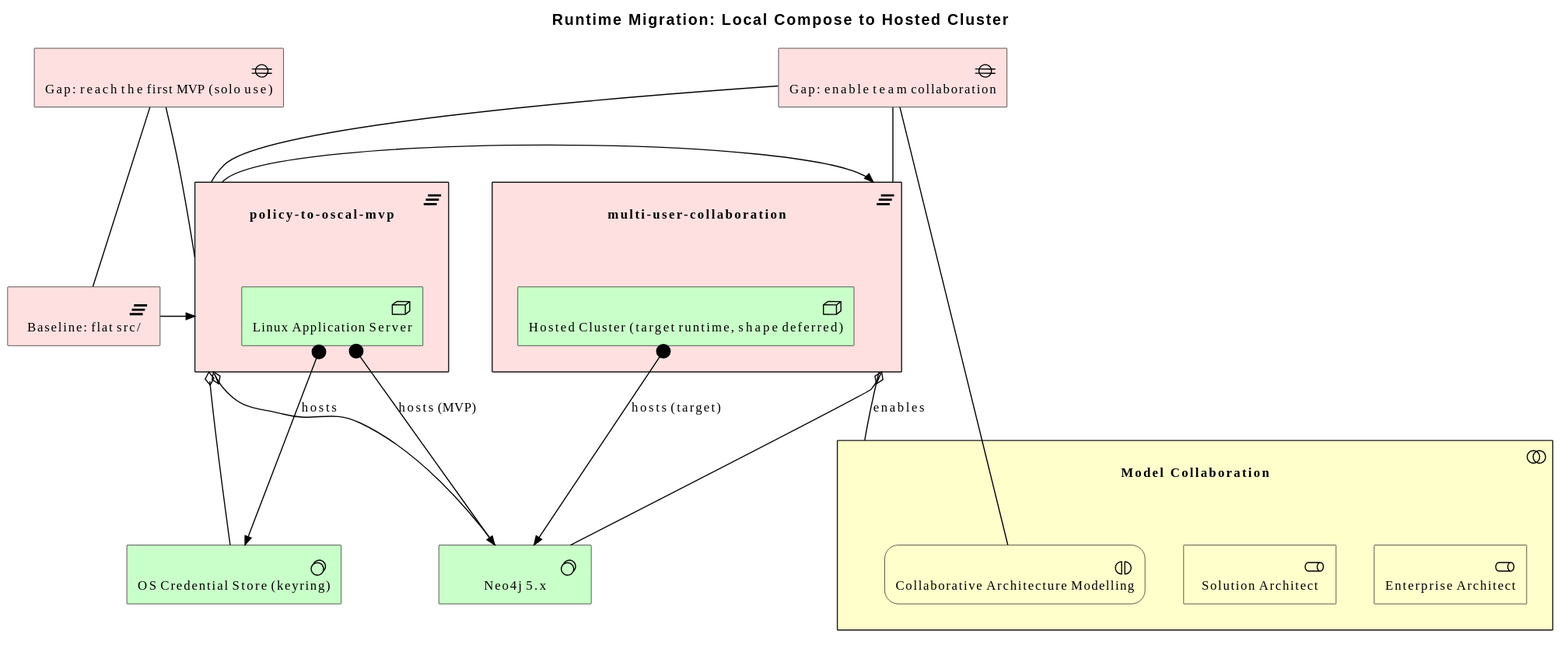
This is architecture/model/diagrams/migration/runtime.svg from wolffy-au/frictionless-architect, a PlantUML export, as it was before one commit.
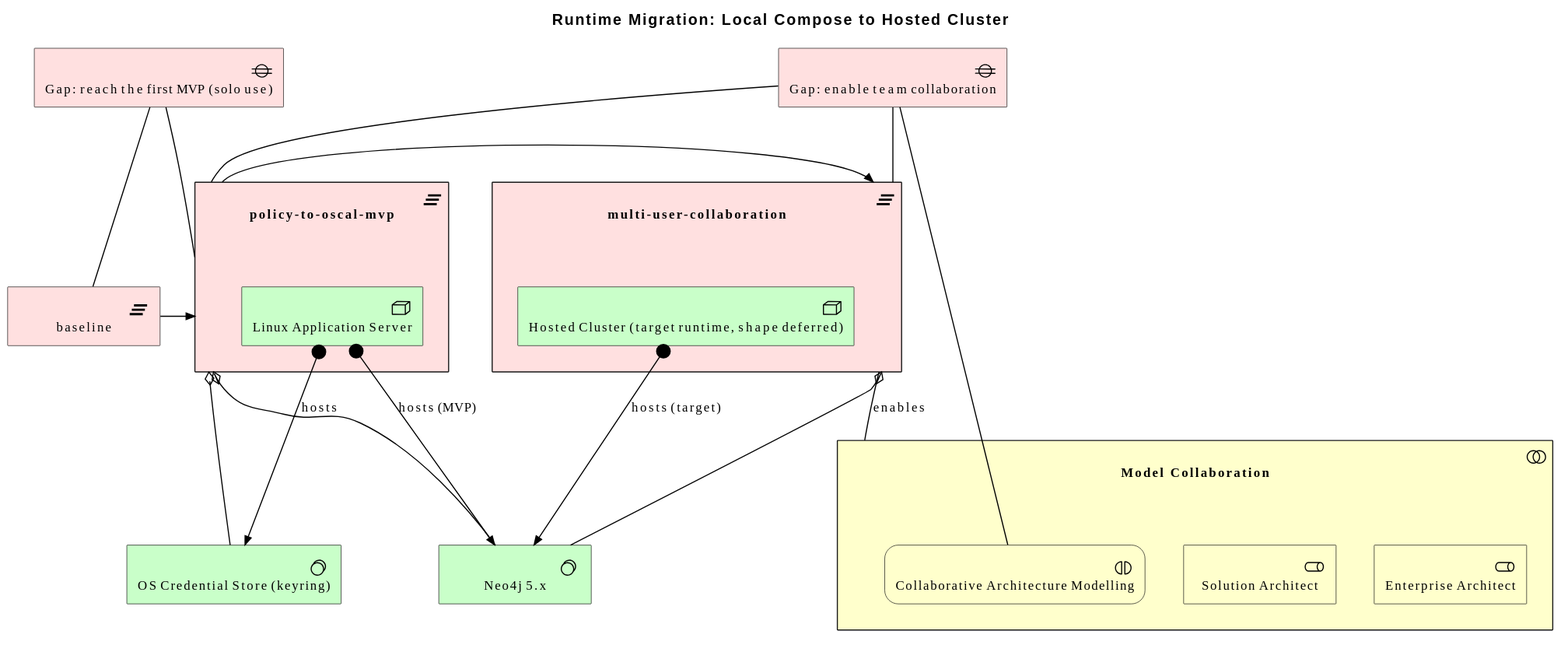
Later version of the same file.

Change to the diagram source:
```diff
@@ -8,7 +8,7 @@
   Business_Role(e_ide2cb7f3efa6256, "Solution Architect")
   Business_Interaction(e_ida5ff14a2a5eb53, "Collaborative Architecture Modelling")
 }
-Implementation_Plateau(e_id4accde76fa5858, "Baseline: flat src/")
+Implementation_Plateau(e_id4accde76fa5858, "baseline")
 Technology_SystemSoftware(e_id625e631f1f715e, "Neo4j 5.x")
 Technology_SystemSoftware(e_id35bf5bb401c95c, "OS Credential Store (keyring)")
 Implementation_Gap(e_id4b156310597055, "Gap: reach the first MVP (solo use)")
```
